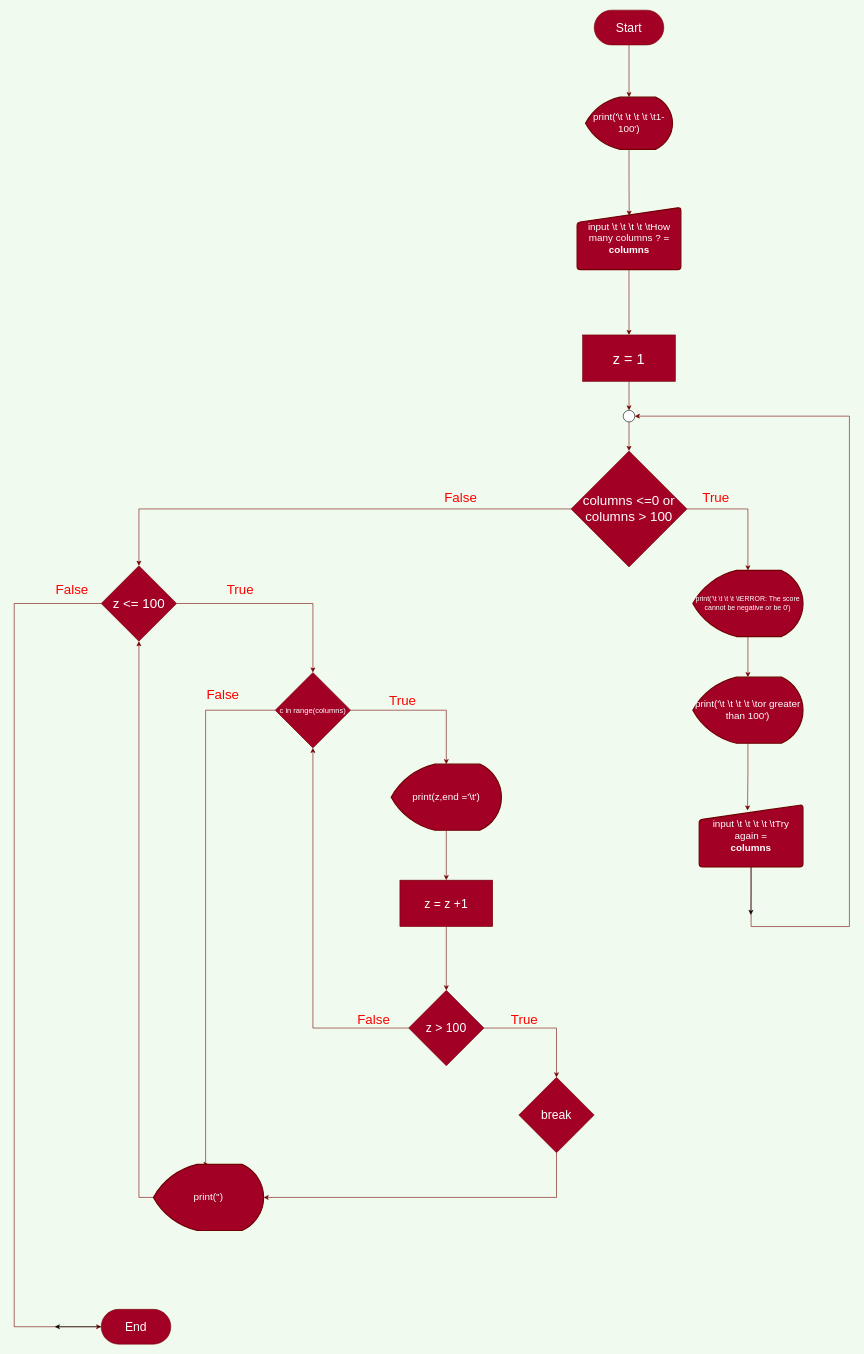
This is Homework/flowHomework_02.drawio from JakapatJod/INE-PYTHON-64, a draw.io file, before an edit. Source tidied: cells renumbered, new cells numbered last; positions are measured from the earlier drawing's top-left corner, leaving out a move shared by most shapes. Both pictures are drawn from the tidied source at 58%, with x=0, y=0 at pixel (14, 10).
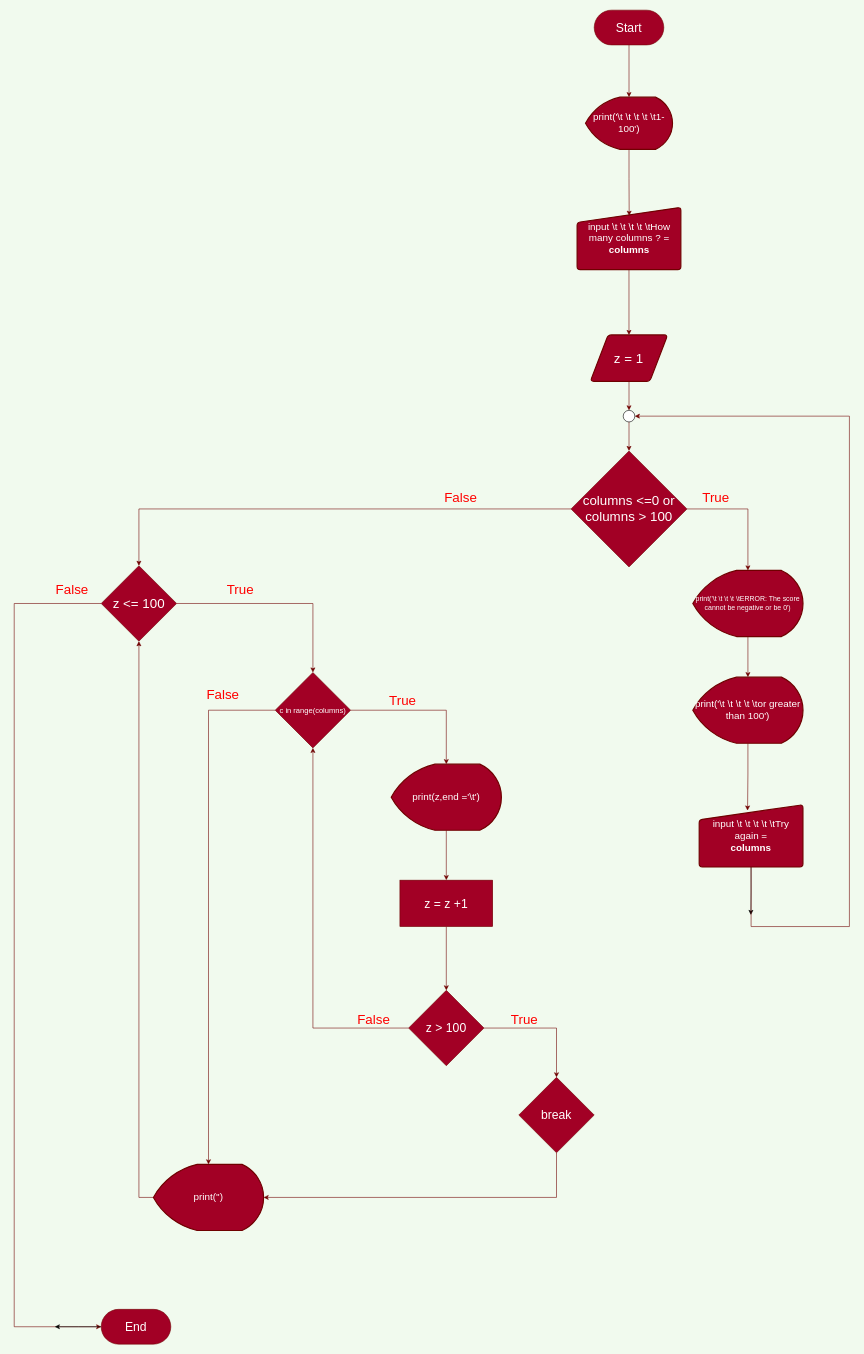
The same page after the edit.

The change refers to these unchanged cells:
```xml
<mxCell id="5" value="&lt;font style=&quot;font-size: 17px&quot;&gt;input \t \t \t \t \tHow many columns ? =&lt;br&gt;&lt;b&gt;columns&lt;/b&gt;&lt;br&gt;&lt;/font&gt;" style="html=1;strokeWidth=2;shape=manualInput;whiteSpace=wrap;rounded=1;size=26;arcSize=11;fillColor=#a20025;strokeColor=#6F0000;fontColor=#ffffff;" parent="1" vertex="1">
  <mxGeometry x="970.5" y="340" width="178.9" height="107.4" as="geometry" />
</mxCell>
<mxCell id="29" value="&lt;font style=&quot;font-size: 13px&quot;&gt;c in range(columns)&lt;/font&gt;" style="rhombus;whiteSpace=wrap;html=1;fillColor=#a20025;strokeColor=#6F0000;fontColor=#ffffff;" parent="1" vertex="1">
  <mxGeometry x="450" y="1142" width="130" height="130" as="geometry" />
</mxCell>
<mxCell id="47" value="&lt;font style=&quot;font-size: 17px&quot;&gt;print('')&lt;/font&gt;" style="strokeWidth=2;html=1;shape=mxgraph.flowchart.display;whiteSpace=wrap;fillColor=#a20025;strokeColor=#6F0000;fontColor=#ffffff;" parent="1" vertex="1">
  <mxGeometry x="240" y="1990" width="190" height="114" as="geometry" />
</mxCell>
```

What changed in the source:
```diff
@@
-    <mxCell id="4" style="edgeStyle=orthogonalEdgeStyle;rounded=0;jettySize=auto;html=1;exitX=0.5;exitY=1;exitDx=0;exitDy=0;entryX=0.5;entryY=0;entryDx=0;entryDy=0;fillColor=#a20025;strokeColor=#6F0000;" parent="1" edge="1" source="5" target="9">
+    <mxCell id="4" style="edgeStyle=orthogonalEdgeStyle;rounded=0;jettySize=auto;html=1;exitX=0.5;exitY=1;exitDx=0;exitDy=0;fillColor=#a20025;strokeColor=#6F0000;entryX=0.5;entryY=0;entryDx=0;entryDy=0;" parent="1" edge="1" source="5" target="9">
       <mxGeometry relative="1" as="geometry" />
     </mxCell>
@@
-    <mxCell id="8" style="edgeStyle=orthogonalEdgeStyle;rounded=0;jettySize=auto;html=1;exitX=0.5;exitY=1;exitDx=0;exitDy=0;fillColor=#a20025;strokeColor=#6F0000;" parent="1" edge="1" source="9">
+    <mxCell id="8" style="edgeStyle=orthogonalEdgeStyle;rounded=0;orthogonalLoop=1;jettySize=auto;html=1;exitX=0.5;exitY=1;exitDx=0;exitDy=0;fillColor=#a20025;strokeColor=#6F0000;" parent="1" edge="1">
       <mxGeometry relative="1" as="geometry">
+        <mxPoint x="1060" y="640" as="sourcePoint" />
         <mxPoint x="1060" y="690" as="targetPoint" />
       </mxGeometry>
     </mxCell>
-    <mxCell id="9" value="&lt;font style=&quot;font-size: 25px&quot;&gt;z = 1&lt;/font&gt;" style="rounded=0;whiteSpace=wrap;html=1;fillColor=#a20025;strokeColor=#6F0000;fontColor=#ffffff;" parent="1" vertex="1">
-      <mxGeometry x="980" y="560" width="160" height="80" as="geometry" />
-    </mxCell>
@@
     <mxCell id="28" style="edgeStyle=orthogonalEdgeStyle;rounded=0;jettySize=auto;html=1;exitX=0;exitY=0.5;exitDx=0;exitDy=0;fillColor=#a20025;strokeColor=#6F0000;entryX=0.5;entryY=0;entryDx=0;entryDy=0;entryPerimeter=0;" parent="1" edge="1" source="29" target="47">
       <mxGeometry relative="1" as="geometry">
         <Array as="points">
-          <mxPoint x="330" y="1207" />
-          <mxPoint x="330" y="1990" />
+          <mxPoint x="335" y="1207" />
         </Array>
       </mxGeometry>
     </mxCell>
@@
+    <mxCell id="9" value="&lt;font style=&quot;font-size: 23px&quot;&gt;z = 1&lt;/font&gt;" style="shape=parallelogram;html=1;strokeWidth=2;perimeter=parallelogramPerimeter;whiteSpace=wrap;rounded=1;arcSize=12;size=0.23;fillColor=#a20025;strokeColor=#6F0000;fontColor=#ffffff;" parent="1" vertex="1">
+      <mxGeometry x="993.3" y="560" width="133.3" height="80" as="geometry" />
+    </mxCell>
```
